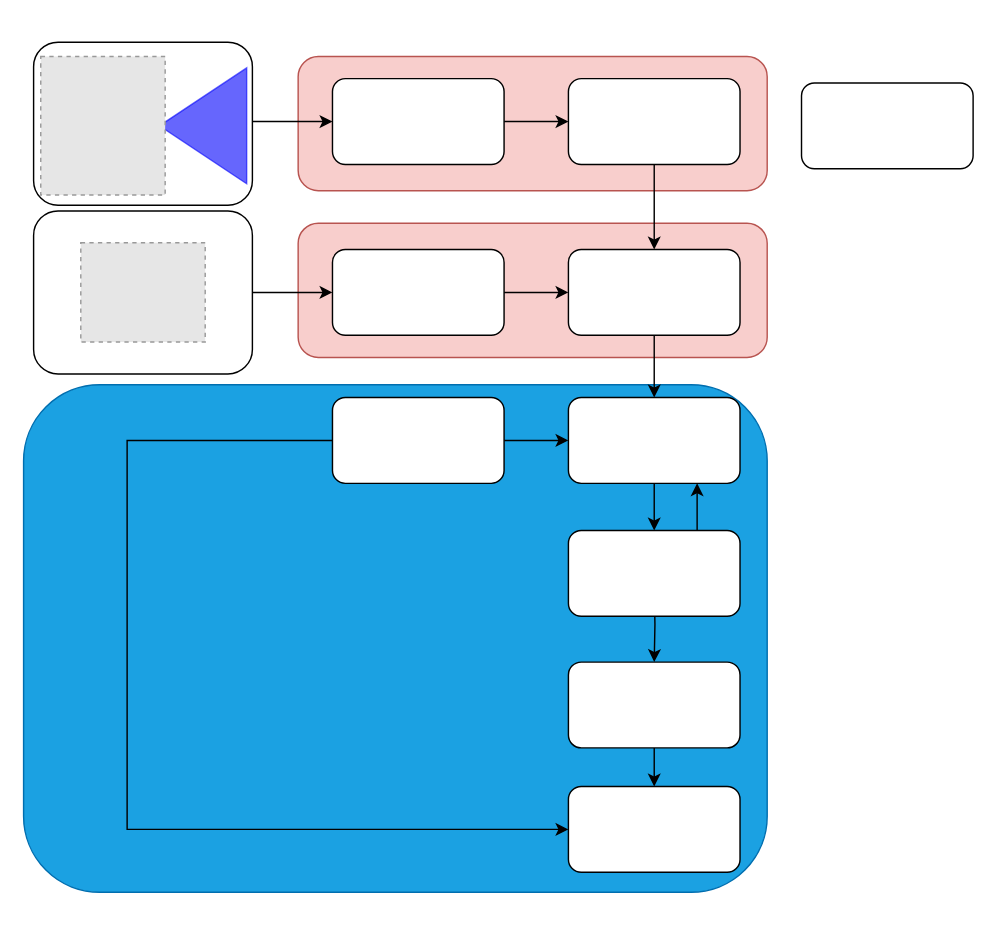
This is 图2.drawio from JLJGeneral/picture, a draw.io file, before an edit. Source tidied: cells renumbered, new cells numbered last; positions are measured from the earlier drawing's top-left corner, leaving out a move shared by most shapes. Both pictures are drawn from the tidied source at 143%, with x=0, y=0 at pixel (23, 41). Pictures stored in the file or linked from it are replaced by grey dashed boxes.
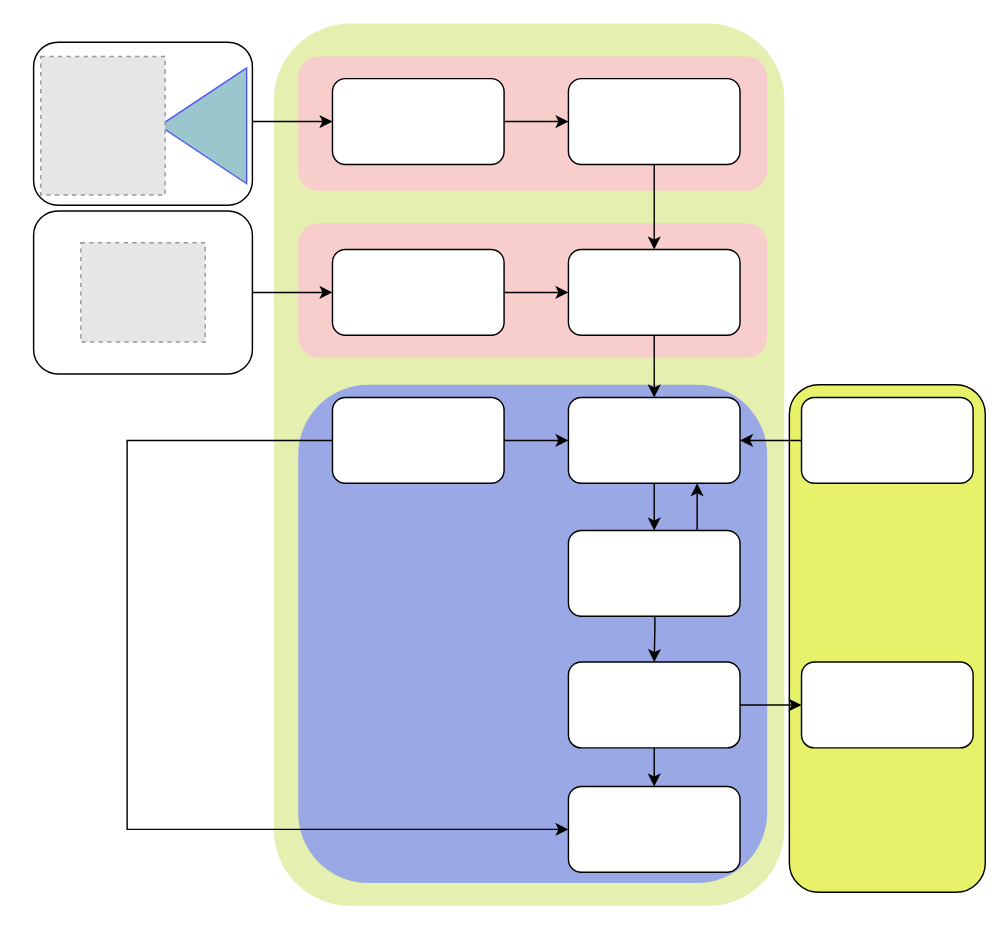
Above is the later version.

The change refers to these unchanged cells:
```xml
<mxCell id="21" style="rounded=1;whiteSpace=wrap;html=1;" parent="1" vertex="1">
  <mxGeometry x="381" y="248.5" width="120" height="60" as="geometry" />
</mxCell>
<mxCell id="29" style="rounded=1;whiteSpace=wrap;html=1;" parent="1" vertex="1">
  <mxGeometry x="381" y="433.5" width="120" height="60" as="geometry" />
</mxCell>
```

What changed in the source:
```diff
@@
+    <mxCell id="32" style="rounded=1;whiteSpace=wrap;html=1;fillColor=light-dark(#e7f26a, #ededed);" parent="1" vertex="1">
+      <mxGeometry x="535.5" y="239.5" width="137" height="355" as="geometry" />
+    </mxCell>
+    <mxCell id="33" style="rounded=1;whiteSpace=wrap;html=1;fillColor=light-dark(#e5efb0, #4b2d08);strokeColor=none;" parent="1" vertex="1">
+      <mxGeometry x="175" y="-13" width="357" height="617" as="geometry" />
+    </mxCell>
-    <mxCell id="2" style="rounded=1;whiteSpace=wrap;html=1;fillColor=#1ba1e2;strokeColor=#006EAF;fontColor=#ffffff;" parent="1" vertex="1">
-      <mxGeometry y="239.5" width="520" height="355" as="geometry" />
+    <mxCell id="2" style="rounded=1;whiteSpace=wrap;html=1;fillColor=light-dark(#9aa9e5, #198cc4);strokeColor=none;fontColor=#ffffff;" parent="1" vertex="1">
+      <mxGeometry x="192" y="239.5" width="328" height="348.5" as="geometry" />
     </mxCell>
-    <mxCell id="3" style="rounded=1;whiteSpace=wrap;html=1;fillColor=#f8cecc;strokeColor=#b85450;" parent="1" vertex="1">
+    <mxCell id="3" style="rounded=1;whiteSpace=wrap;html=1;fillColor=#f8cecc;strokeColor=none;" parent="1" vertex="1">
       <mxGeometry x="192" y="126.6" width="328" height="93.9" as="geometry" />
     </mxCell>
-    <mxCell id="4" style="rounded=1;whiteSpace=wrap;html=1;fillColor=#f8cecc;strokeColor=#b85450;" parent="1" vertex="1">
+    <mxCell id="4" style="rounded=1;whiteSpace=wrap;html=1;fillColor=#f8cecc;strokeColor=none;" parent="1" vertex="1">
       <mxGeometry x="192" y="10" width="328" height="93.9" as="geometry" />
     </mxCell>
@@
-    <mxCell id="9" style="triangle;whiteSpace=wrap;html=1;shapeInside=1;rotation=-180;strokeColor=light-dark(#0000fc, #ededed);fillColor=light-dark(#0000fc, #ededed);opacity=60;" parent="1" vertex="1">
+    <mxCell id="9" style="triangle;whiteSpace=wrap;html=1;shapeInside=1;rotation=-180;strokeColor=light-dark(#0000fc, #ededed);fillColor=light-dark(#59a0ae, #ededed);opacity=60;" parent="1" vertex="1">
       <mxGeometry x="95" y="18" width="61" height="81" as="geometry" />
     </mxCell>
@@
+    <mxCell id="34" style="edgeStyle=orthogonalEdgeStyle;rounded=0;jettySize=auto;html=1;" parent="1" edge="1" source="29" target="37">
+      <mxGeometry relative="1" as="geometry" />
+    </mxCell>
@@
-    <mxCell id="31" style="rounded=1;whiteSpace=wrap;html=1;" parent="1" vertex="1">
-      <mxGeometry x="544" y="28.5" width="120" height="60" as="geometry" />
-    </mxCell>
+    <mxCell id="35" style="edgeStyle=orthogonalEdgeStyle;rounded=0;jettySize=auto;html=1;" parent="1" edge="1" source="36" target="21">
+      <mxGeometry relative="1" as="geometry" />
+    </mxCell>
+    <mxCell id="36" style="rounded=1;whiteSpace=wrap;html=1;" parent="1" vertex="1">
+      <mxGeometry x="544" y="248.5" width="120" height="60" as="geometry" />
+    </mxCell>
+    <mxCell id="37" style="rounded=1;whiteSpace=wrap;html=1;" parent="1" vertex="1">
+      <mxGeometry x="544" y="433.5" width="120" height="60" as="geometry" />
+    </mxCell>
```
